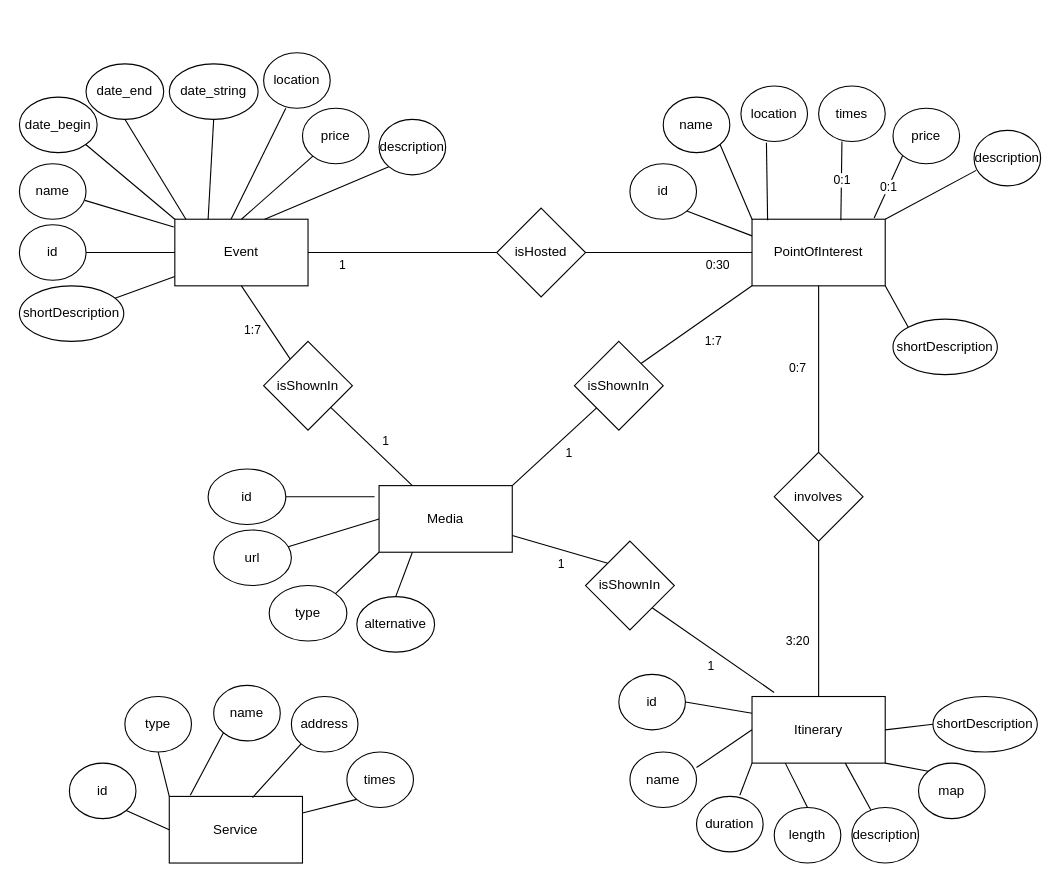
This is Design-part/drawio/ERHYPDesign.drawio from SebastianCastellano/Hypermedia-Project, a draw.io file, before an edit. Source tidied: cells renumbered, new cells numbered last; positions are measured from the earlier drawing's top-left corner, leaving out a move shared by most shapes. Both pictures are drawn from the tidied source at 111%, with x=0, y=0 at pixel (19, 52).
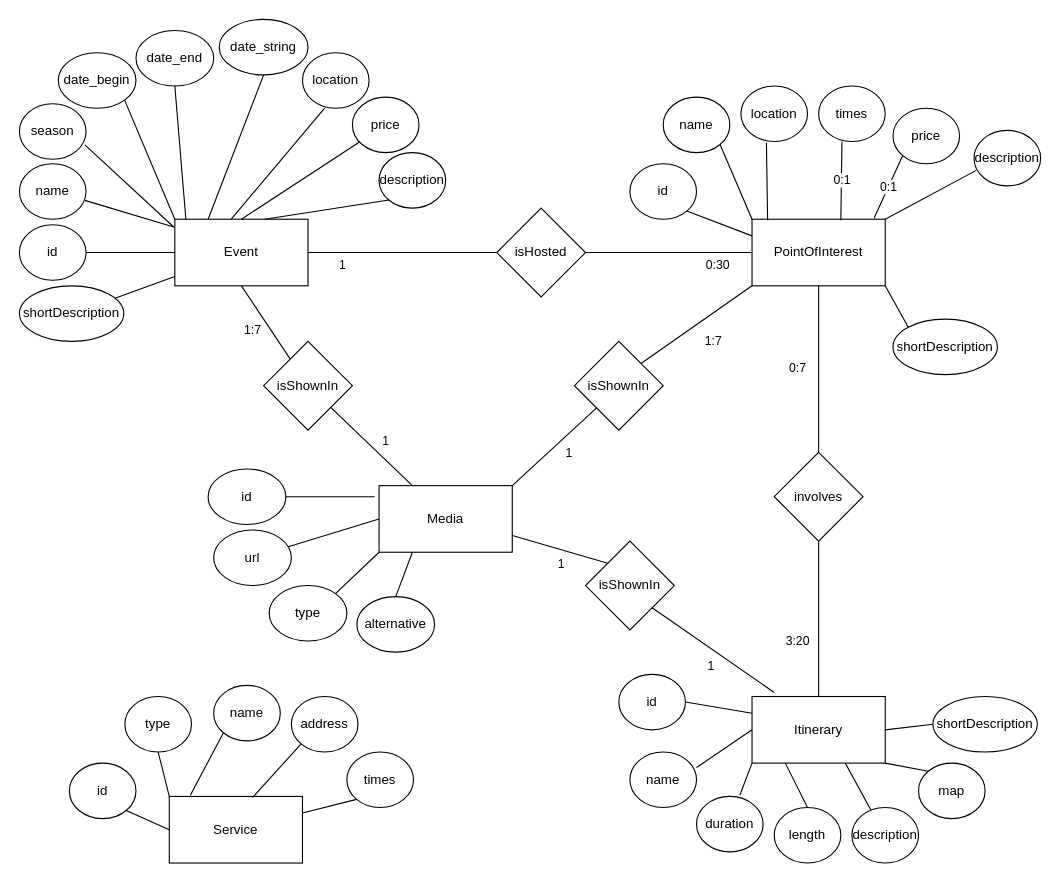
After the change.

Commit message (it also covers changes not shown here):
update excel and db schemas

The change refers to these unchanged cells:
```xml
<mxCell id="2" value="Event" style="rounded=0;whiteSpace=wrap;html=1;" parent="1" vertex="1">
  <mxGeometry x="140" y="150" width="120" height="60" as="geometry" />
</mxCell>
```

Diff of the diagram source:
```diff
@@
     <mxCell id="8" value="date_end" style="ellipse;whiteSpace=wrap;html=1;" parent="1" vertex="1">
-      <mxGeometry x="60" y="10" width="70" height="50" as="geometry" />
+      <mxGeometry x="105" y="-20" width="70" height="50" as="geometry" />
     </mxCell>
     <mxCell id="9" value="location" style="ellipse;whiteSpace=wrap;html=1;" parent="1" vertex="1">
-      <mxGeometry x="220" width="60" height="50" as="geometry" />
+      <mxGeometry x="255" width="60" height="50" as="geometry" />
     </mxCell>
     <mxCell id="10" value="price" style="ellipse;whiteSpace=wrap;html=1;" parent="1" vertex="1">
-      <mxGeometry x="255" y="50" width="60" height="50" as="geometry" />
+      <mxGeometry x="300" y="40" width="60" height="50" as="geometry" />
     </mxCell>
@@
     <mxCell id="21" value="description" style="ellipse;whiteSpace=wrap;html=1;" parent="1" vertex="1">
-      <mxGeometry x="324" y="60" width="60" height="50" as="geometry" />
+      <mxGeometry x="324" y="90" width="60" height="50" as="geometry" />
     </mxCell>
@@
     <mxCell id="83" value="&lt;div&gt;date_string&lt;/div&gt;" style="ellipse;whiteSpace=wrap;html=1;" parent="1" vertex="1">
-      <mxGeometry x="135" y="10" width="80" height="50" as="geometry" />
+      <mxGeometry x="180" y="-30" width="80" height="50" as="geometry" />
     </mxCell>
     <mxCell id="84" value="&lt;div&gt;date_begin&lt;/div&gt;" style="ellipse;whiteSpace=wrap;html=1;" parent="1" vertex="1">
-      <mxGeometry y="40" width="70" height="50" as="geometry" />
+      <mxGeometry x="35" width="70" height="50" as="geometry" />
     </mxCell>
@@
+    <mxCell id="90" value="season" style="ellipse;whiteSpace=wrap;html=1;" parent="1" vertex="1">
+      <mxGeometry y="46" width="60" height="50" as="geometry" />
+    </mxCell>
+    <mxCell id="91" style="endArrow=none;html=1;rounded=0;entryX=0.983;entryY=0.74;entryDx=0;entryDy=0;entryPerimeter=0;exitX=-0.008;exitY=0.117;exitDx=0;exitDy=0;exitPerimeter=0;" parent="1" edge="1" source="2" target="90">
+      <mxGeometry relative="1" as="geometry" />
+    </mxCell>
```
